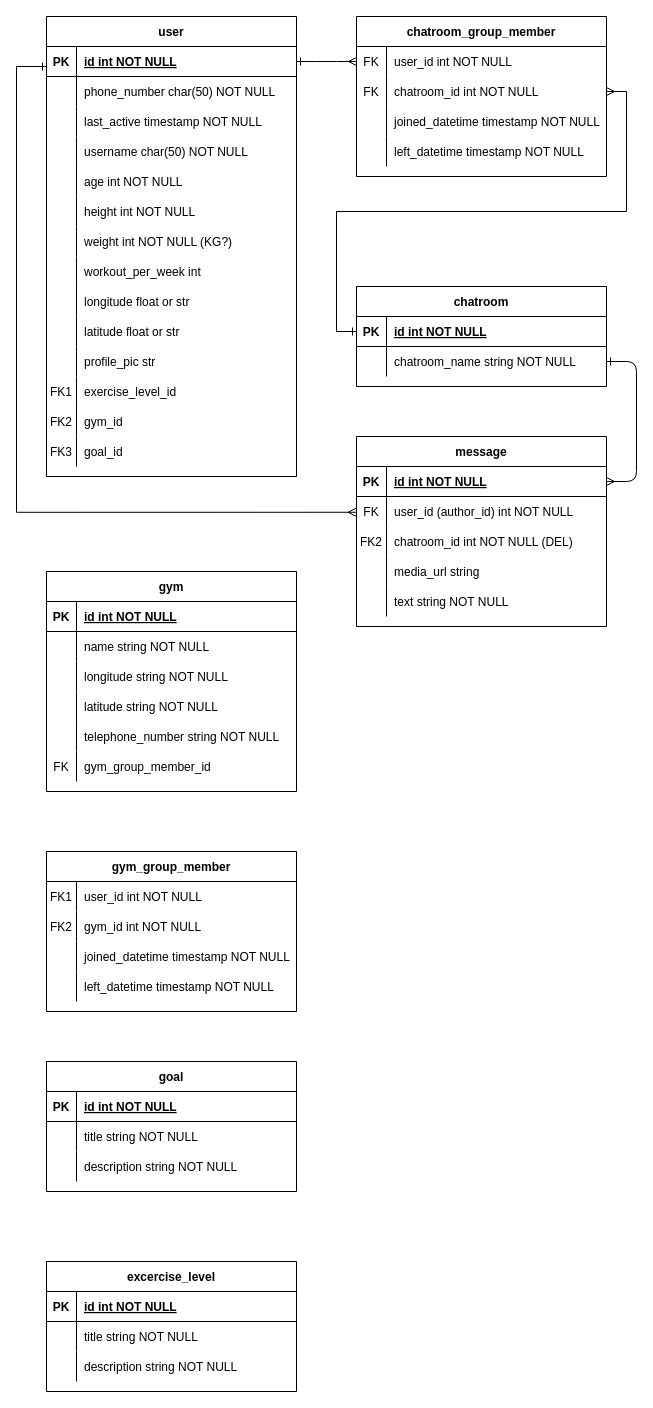
Earlier version of the draw.io diagram WeGoGym/WeGoGym-DB.drawio (ColaboAI/Diagrams). Source tidied: cells renumbered, new cells numbered last; positions are measured from the earlier drawing's top-left corner, leaving out a move shared by most shapes. Both pictures are drawn from the tidied source at 100%, with x=0, y=0 at pixel (16, 16).
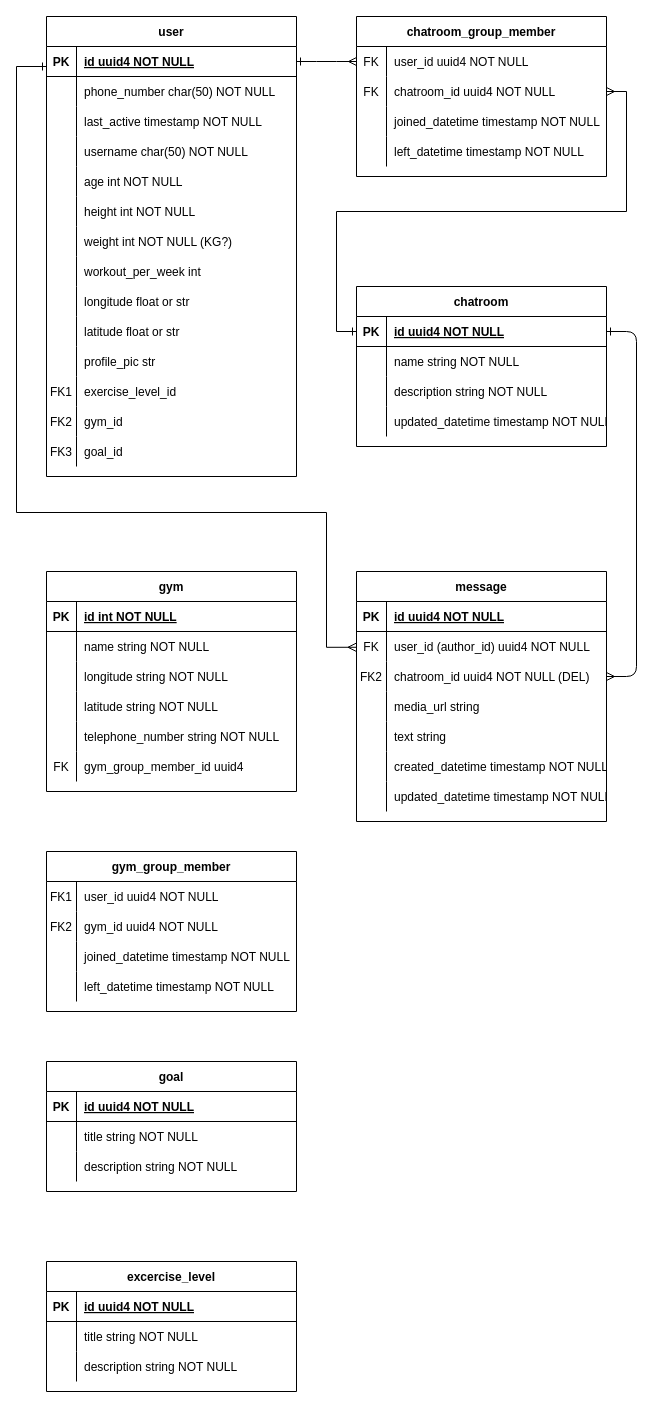
Above is the later version.

Unchanged cells that the change refers to:
```xml
<mxCell id="5" style="shape=partialRectangle;fillColor=none;points=[[0,0.5],[1,0.5]];portConstraint=eastwest;top=0;left=0;right=0;bottom=1;" parent="4" vertex="1">
  <mxGeometry y="30" width="250" height="30" as="geometry" />
</mxCell>
<mxCell id="8" style="shape=partialRectangle;fillColor=none;points=[[0,0.5],[1,0.5]];portConstraint=eastwest;top=0;left=0;right=0;bottom=0;" parent="4" vertex="1">
  <mxGeometry y="60" width="250" height="30" as="geometry" />
</mxCell>
<mxCell id="11" style="shape=partialRectangle;fillColor=none;points=[[0,0.5],[1,0.5]];portConstraint=eastwest;top=0;left=0;right=0;bottom=0;" parent="4" vertex="1">
  <mxGeometry y="90" width="250" height="30" as="geometry" />
</mxCell>
<mxCell id="17" style="shape=partialRectangle;fillColor=none;top=0;left=0;right=0;bottom=0;" parent="4" vertex="1">
  <mxGeometry y="150" width="250" height="30" as="geometry" />
</mxCell>
<mxCell id="21" style="shape=partialRectangle;fillColor=none;points=[[0,0.5],[1,0.5]];portConstraint=eastwest;top=0;left=0;right=0;bottom=1;" parent="20" vertex="1">
  <mxGeometry y="30" width="250" height="30" as="geometry" />
</mxCell>
<mxCell id="24" style="shape=partialRectangle;fillColor=none;points=[[0,0.5],[1,0.5]];portConstraint=eastwest;top=0;left=0;right=0;bottom=0;" parent="20" vertex="1">
  <mxGeometry y="60" width="250" height="30" as="geometry" />
</mxCell>
<mxCell id="28" style="shape=partialRectangle;fillColor=none;points=[[0,0.5],[1,0.5]];portConstraint=eastwest;top=0;left=0;right=0;bottom=1;" parent="27" vertex="1">
  <mxGeometry y="30" width="250" height="30" as="geometry" />
</mxCell>
<mxCell id="71" style="shape=partialRectangle;fillColor=none;points=[[0,0.5],[1,0.5]];portConstraint=eastwest;top=0;left=0;right=0;bottom=0;" parent="70" vertex="1">
  <mxGeometry y="30" width="250" height="30" as="geometry" />
</mxCell>
<mxCell id="74" style="shape=partialRectangle;fillColor=none;points=[[0,0.5],[1,0.5]];portConstraint=eastwest;top=0;left=0;right=0;bottom=0;" parent="70" vertex="1">
  <mxGeometry y="60" width="250" height="30" as="geometry" />
</mxCell>
<mxCell id="101" style="shape=partialRectangle;fillColor=none;top=0;left=0;right=0;bottom=0;" parent="85" vertex="1">
  <mxGeometry y="180" width="250" height="30" as="geometry" />
</mxCell>
<mxCell id="105" style="shape=partialRectangle;fillColor=none;top=0;left=0;right=0;bottom=0;" parent="104" vertex="1">
  <mxGeometry y="30" width="250" height="30" as="geometry" />
</mxCell>
<mxCell id="108" style="shape=partialRectangle;fillColor=none;top=0;left=0;right=0;bottom=0;" parent="104" vertex="1">
  <mxGeometry y="60" width="250" height="30" as="geometry" />
</mxCell>
<mxCell id="118" style="shape=partialRectangle;fillColor=none;top=0;left=0;right=0;bottom=1;" parent="117" vertex="1">
  <mxGeometry y="30" width="250" height="30" as="geometry" />
</mxCell>
<mxCell id="128" style="shape=partialRectangle;fillColor=none;top=0;left=0;right=0;bottom=1;" parent="127" vertex="1">
  <mxGeometry y="30" width="250" height="30" as="geometry" />
</mxCell>
```

The edit, as a diff of the source:
```diff
@@
-    <mxCell id="3" style="edgeStyle=entityRelationEdgeStyle;endArrow=ERone;startArrow=ERmany;endFill=0;startFill=0;" parent="1" edge="1" source="5" target="24">
+    <mxCell id="3" style="edgeStyle=entityRelationEdgeStyle;endArrow=ERone;startArrow=ERmany;endFill=0;startFill=0;exitX=1;exitY=0.5;exitDx=0;exitDy=0;entryX=1;entryY=0.5;entryDx=0;entryDy=0;" parent="1" edge="1" source="11" target="21">
       <mxGeometry relative="1" as="geometry" />
     </mxCell>
     <mxCell id="4" value="message" style="shape=table;startSize=30;childLayout=tableLayout;rowLines=0;fontStyle=1;align=center;" parent="1" vertex="1">
-      <mxGeometry x="340" y="420" width="250" height="190" as="geometry" />
+      <mxGeometry x="340" y="555" width="250" height="250" as="geometry" />
     </mxCell>
@@
-    <mxCell id="7" value="id int NOT NULL " style="shape=partialRectangle;overflow=hidden;fillColor=none;top=0;left=0;bottom=0;right=0;align=left;spacingLeft=6;fontStyle=5;" parent="5" vertex="1">
+    <mxCell id="7" value="id uuid4 NOT NULL " style="shape=partialRectangle;overflow=hidden;fillColor=none;top=0;left=0;bottom=0;right=0;align=left;spacingLeft=6;fontStyle=5;" parent="5" vertex="1">
       <mxGeometry x="30" width="220" height="30" as="geometry" />
     </mxCell>
@@
-    <mxCell id="10" value="user_id (author_id) int NOT NULL" style="shape=partialRectangle;overflow=hidden;fillColor=none;top=0;left=0;bottom=0;right=0;align=left;spacingLeft=6;" parent="8" vertex="1">
+    <mxCell id="10" value="user_id (author_id) uuid4 NOT NULL" style="shape=partialRectangle;overflow=hidden;fillColor=none;top=0;left=0;bottom=0;right=0;align=left;spacingLeft=6;" parent="8" vertex="1">
       <mxGeometry x="30" width="220" height="30" as="geometry" />
     </mxCell>
@@
-    <mxCell id="13" value="chatroom_id int NOT NULL (DEL)" style="shape=partialRectangle;overflow=hidden;fillColor=none;top=0;left=0;bottom=0;right=0;align=left;spacingLeft=6;" parent="11" vertex="1">
+    <mxCell id="13" value="chatroom_id uuid4 NOT NULL (DEL)" style="shape=partialRectangle;overflow=hidden;fillColor=none;top=0;left=0;bottom=0;right=0;align=left;spacingLeft=6;" parent="11" vertex="1">
       <mxGeometry x="30" width="220" height="30" as="geometry" />
     </mxCell>
@@
-    <mxCell id="19" value="text string NOT NULL" style="shape=partialRectangle;overflow=hidden;fillColor=none;top=0;left=0;bottom=0;right=0;align=left;spacingLeft=6;" parent="17" vertex="1">
+    <mxCell id="19" value="text string" style="shape=partialRectangle;overflow=hidden;fillColor=none;top=0;left=0;bottom=0;right=0;align=left;spacingLeft=6;" parent="17" vertex="1">
       <mxGeometry x="30" width="220" height="30" as="geometry" />
     </mxCell>
+    <mxCell id="137" style="shape=partialRectangle;fillColor=none;top=0;left=0;right=0;bottom=0;" parent="4" vertex="1">
+      <mxGeometry y="180" width="250" height="30" as="geometry" />
+    </mxCell>
+    <mxCell id="138" style="shape=partialRectangle;overflow=hidden;fillColor=none;top=0;left=0;bottom=0;right=0;" parent="137" vertex="1">
+      <mxGeometry width="30" height="30" as="geometry" />
+    </mxCell>
+    <mxCell id="139" value="created_datetime timestamp NOT NULL" style="shape=partialRectangle;overflow=hidden;fillColor=none;top=0;left=0;bottom=0;right=0;align=left;spacingLeft=6;" parent="137" vertex="1">
+      <mxGeometry x="30" width="220" height="30" as="geometry" />
+    </mxCell>
+    <mxCell id="140" style="shape=partialRectangle;fillColor=none;top=0;left=0;right=0;bottom=0;" parent="4" vertex="1">
+      <mxGeometry y="210" width="250" height="30" as="geometry" />
+    </mxCell>
+    <mxCell id="141" style="shape=partialRectangle;overflow=hidden;fillColor=none;top=0;left=0;bottom=0;right=0;" parent="140" vertex="1">
+      <mxGeometry width="30" height="30" as="geometry" />
+    </mxCell>
+    <mxCell id="142" value="updated_datetime timestamp NOT NULL" style="shape=partialRectangle;overflow=hidden;fillColor=none;top=0;left=0;bottom=0;right=0;align=left;spacingLeft=6;" parent="140" vertex="1">
+      <mxGeometry x="30" width="220" height="30" as="geometry" />
+    </mxCell>
     <mxCell id="20" value="chatroom" style="shape=table;startSize=30;childLayout=tableLayout;rowLines=0;fontStyle=1;align=center;" parent="1" vertex="1">
-      <mxGeometry x="340" y="270" width="250" height="100" as="geometry" />
+      <mxGeometry x="340" y="270" width="250" height="160" as="geometry" />
     </mxCell>
@@
-    <mxCell id="23" value="id int NOT NULL " style="shape=partialRectangle;overflow=hidden;fillColor=none;top=0;left=0;bottom=0;right=0;align=left;spacingLeft=6;fontStyle=5;" parent="21" vertex="1">
+    <mxCell id="23" value="id uuid4 NOT NULL " style="shape=partialRectangle;overflow=hidden;fillColor=none;top=0;left=0;bottom=0;right=0;align=left;spacingLeft=6;fontStyle=5;" parent="21" vertex="1">
       <mxGeometry x="30" width="220" height="30" as="geometry" />
     </mxCell>
@@
-    <mxCell id="26" value="chatroom_name string NOT NULL" style="shape=partialRectangle;overflow=hidden;fillColor=none;top=0;left=0;bottom=0;right=0;align=left;spacingLeft=6;" parent="24" vertex="1">
+    <mxCell id="26" value="name string NOT NULL" style="shape=partialRectangle;overflow=hidden;fillColor=none;top=0;left=0;bottom=0;right=0;align=left;spacingLeft=6;" parent="24" vertex="1">
       <mxGeometry x="30" width="220" height="30" as="geometry" />
     </mxCell>
+    <mxCell id="143" style="shape=partialRectangle;fillColor=none;top=0;left=0;right=0;bottom=0;" parent="20" vertex="1">
+      <mxGeometry y="90" width="250" height="30" as="geometry" />
+    </mxCell>
+    <mxCell id="144" style="shape=partialRectangle;overflow=hidden;fillColor=none;top=0;left=0;bottom=0;right=0;" parent="143" vertex="1">
+      <mxGeometry width="30" height="30" as="geometry" />
+    </mxCell>
+    <mxCell id="145" value="description string NOT NULL" style="shape=partialRectangle;overflow=hidden;fillColor=none;top=0;left=0;bottom=0;right=0;align=left;spacingLeft=6;" parent="143" vertex="1">
+      <mxGeometry x="30" width="220" height="30" as="geometry" />
+    </mxCell>
+    <mxCell id="146" style="shape=partialRectangle;fillColor=none;top=0;left=0;right=0;bottom=0;" parent="20" vertex="1">
+      <mxGeometry y="120" width="250" height="30" as="geometry" />
+    </mxCell>
+    <mxCell id="147" style="shape=partialRectangle;overflow=hidden;fillColor=none;top=0;left=0;bottom=0;right=0;" parent="146" vertex="1">
+      <mxGeometry width="30" height="30" as="geometry" />
+    </mxCell>
+    <mxCell id="148" value="updated_datetime timestamp NOT NULL" style="shape=partialRectangle;overflow=hidden;fillColor=none;top=0;left=0;bottom=0;right=0;align=left;spacingLeft=6;" parent="146" vertex="1">
+      <mxGeometry x="30" width="220" height="30" as="geometry" />
+    </mxCell>
@@
-    <mxCell id="30" value="id int NOT NULL " style="shape=partialRectangle;overflow=hidden;fillColor=none;top=0;left=0;bottom=0;right=0;align=left;spacingLeft=6;fontStyle=5;" parent="28" vertex="1">
+    <mxCell id="30" value="id uuid4 NOT NULL " style="shape=partialRectangle;overflow=hidden;fillColor=none;top=0;left=0;bottom=0;right=0;align=left;spacingLeft=6;fontStyle=5;" parent="28" vertex="1">
       <mxGeometry x="30" width="220" height="30" as="geometry" />
     </mxCell>
@@
-    <mxCell id="73" value="user_id int NOT NULL" style="shape=partialRectangle;overflow=hidden;fillColor=none;top=0;left=0;bottom=0;right=0;align=left;spacingLeft=6;" parent="71" vertex="1">
+    <mxCell id="73" value="user_id uuid4 NOT NULL" style="shape=partialRectangle;overflow=hidden;fillColor=none;top=0;left=0;bottom=0;right=0;align=left;spacingLeft=6;" parent="71" vertex="1">
       <mxGeometry x="30" width="220" height="30" as="geometry" />
     </mxCell>
@@
-    <mxCell id="76" value="chatroom_id int NOT NULL" style="shape=partialRectangle;overflow=hidden;fillColor=none;top=0;left=0;bottom=0;right=0;align=left;spacingLeft=6;" parent="74" vertex="1">
+    <mxCell id="76" value="chatroom_id uuid4 NOT NULL" style="shape=partialRectangle;overflow=hidden;fillColor=none;top=0;left=0;bottom=0;right=0;align=left;spacingLeft=6;" parent="74" vertex="1">
       <mxGeometry x="30" width="220" height="30" as="geometry" />
     </mxCell>
@@
     <mxCell id="84" style="edgeStyle=orthogonalEdgeStyle;rounded=0;jettySize=auto;html=1;fontFamily=Helvetica;fontSize=12;fontColor=default;startArrow=ERmany;startFill=0;endArrow=ERone;endFill=0;exitX=-0.002;exitY=0.526;exitDx=0;exitDy=0;exitPerimeter=0;" parent="1" edge="1" source="8">
       <mxGeometry relative="1" as="geometry">
         <mxPoint x="30" y="50" as="targetPoint" />
         <Array as="points">
+          <mxPoint x="310" y="631" />
+          <mxPoint x="310" y="496" />
           <mxPoint y="496" />
           <mxPoint y="50" />
         </Array>
       </mxGeometry>
     </mxCell>
@@
-    <mxCell id="103" value="gym_group_member_id" style="shape=partialRectangle;overflow=hidden;fillColor=none;top=0;left=0;bottom=0;right=0;align=left;spacingLeft=6;" parent="101" vertex="1">
+    <mxCell id="103" value="gym_group_member_id uuid4" style="shape=partialRectangle;overflow=hidden;fillColor=none;top=0;left=0;bottom=0;right=0;align=left;spacingLeft=6;" parent="101" vertex="1">
       <mxGeometry x="30" width="220" height="30" as="geometry" />
     </mxCell>
@@
-    <mxCell id="107" value="user_id int NOT NULL" style="shape=partialRectangle;overflow=hidden;fillColor=none;top=0;left=0;bottom=0;right=0;align=left;spacingLeft=6;" parent="105" vertex="1">
+    <mxCell id="107" value="user_id uuid4 NOT NULL" style="shape=partialRectangle;overflow=hidden;fillColor=none;top=0;left=0;bottom=0;right=0;align=left;spacingLeft=6;" parent="105" vertex="1">
       <mxGeometry x="30" width="220" height="30" as="geometry" />
     </mxCell>
@@
-    <mxCell id="110" value="gym_id int NOT NULL" style="shape=partialRectangle;overflow=hidden;fillColor=none;top=0;left=0;bottom=0;right=0;align=left;spacingLeft=6;" parent="108" vertex="1">
+    <mxCell id="110" value="gym_id uuid4 NOT NULL" style="shape=partialRectangle;overflow=hidden;fillColor=none;top=0;left=0;bottom=0;right=0;align=left;spacingLeft=6;" parent="108" vertex="1">
       <mxGeometry x="30" width="220" height="30" as="geometry" />
     </mxCell>
@@
-    <mxCell id="120" value="id int NOT NULL " style="shape=partialRectangle;overflow=hidden;fillColor=none;top=0;left=0;bottom=0;right=0;align=left;spacingLeft=6;fontStyle=5;" parent="118" vertex="1">
+    <mxCell id="120" value="id uuid4 NOT NULL " style="shape=partialRectangle;overflow=hidden;fillColor=none;top=0;left=0;bottom=0;right=0;align=left;spacingLeft=6;fontStyle=5;" parent="118" vertex="1">
       <mxGeometry x="30" width="220" height="30" as="geometry" />
     </mxCell>
@@
-    <mxCell id="130" value="id int NOT NULL " style="shape=partialRectangle;overflow=hidden;fillColor=none;top=0;left=0;bottom=0;right=0;align=left;spacingLeft=6;fontStyle=5;" parent="128" vertex="1">
+    <mxCell id="130" value="id uuid4 NOT NULL " style="shape=partialRectangle;overflow=hidden;fillColor=none;top=0;left=0;bottom=0;right=0;align=left;spacingLeft=6;fontStyle=5;" parent="128" vertex="1">
       <mxGeometry x="30" width="220" height="30" as="geometry" />
     </mxCell>
```
